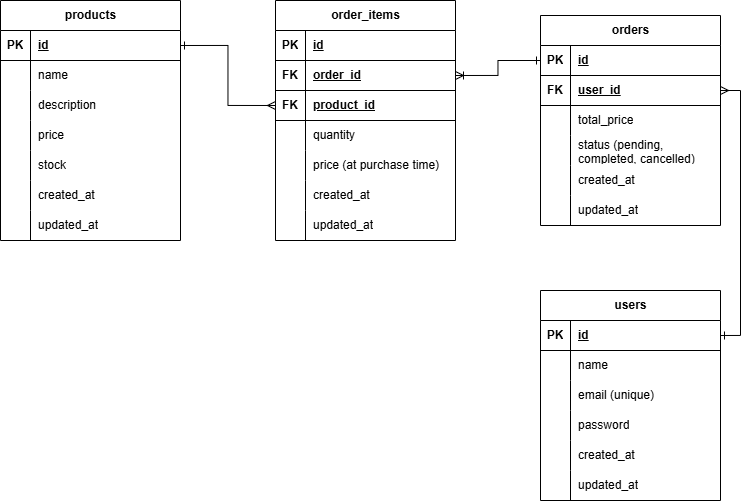
Before: db.drawio.png, a diagram exported from draw.io (eddy862/boostorder-ecommerce). Source tidied: cells renumbered, new cells last; positions are measured from the earlier drawing's top-left corner, leaving out a move shared by most shapes.
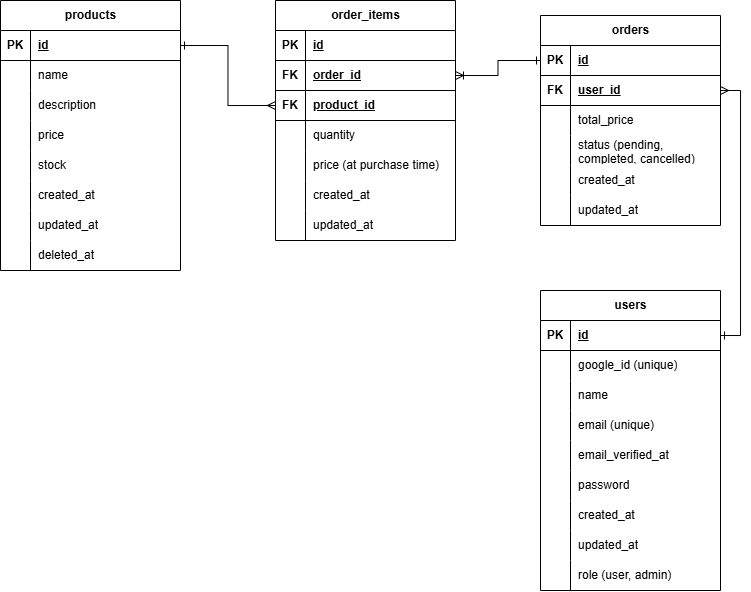
After the commit.

Diff of the diagram source:
```diff
@@ -3,7 +3,7 @@
     <mxCell id="0" />
     <mxCell id="1" parent="0" />
     <mxCell id="2" value="products" style="shape=table;startSize=30;rowLines=0;fontStyle=1;align=center;html=1;" parent="1" vertex="1">
-      <mxGeometry width="180" height="240" as="geometry" />
+      <mxGeometry width="180" height="270" as="geometry" />
     </mxCell>
     <mxCell id="3" style="shape=tableRow;horizontal=0;startSize=0;swimlaneHead=0;swimlaneBody=0;fillColor=none;points=[[0,0.5],[1,0.5]];portConstraint=eastwest;top=0;left=0;right=0;bottom=1;" parent="2" vertex="1">
       <mxGeometry y="30" width="180" height="30" as="geometry" />
@@ -59,13 +59,22 @@
     <mxCell id="20" value="created_at" style="shape=partialRectangle;fillColor=none;top=0;left=0;bottom=0;right=0;align=left;spacingLeft=6;overflow=hidden;whiteSpace=wrap;html=1;" parent="18" vertex="1">
       <mxGeometry x="30" width="150" height="30" as="geometry" />
     </mxCell>
+    <mxCell id="87" style="shape=tableRow;horizontal=0;startSize=0;swimlaneHead=0;swimlaneBody=0;fillColor=none;top=0;left=0;right=0;bottom=0;" parent="2" vertex="1">
+      <mxGeometry y="210" width="180" height="30" as="geometry" />
+    </mxCell>
+    <mxCell id="88" style="shape=partialRectangle;fillColor=none;top=0;left=0;bottom=0;right=0;overflow=hidden;whiteSpace=wrap;html=1;" parent="87" vertex="1">
+      <mxGeometry width="30" height="30" as="geometry" />
+    </mxCell>
+    <mxCell id="89" value="updated_at" style="shape=partialRectangle;fillColor=none;top=0;left=0;bottom=0;right=0;align=left;spacingLeft=6;overflow=hidden;whiteSpace=wrap;html=1;" parent="87" vertex="1">
+      <mxGeometry x="30" width="150" height="30" as="geometry" />
+    </mxCell>
     <mxCell id="21" style="shape=tableRow;horizontal=0;startSize=0;swimlaneHead=0;swimlaneBody=0;fillColor=none;top=0;left=0;right=0;bottom=0;" parent="2" vertex="1">
-      <mxGeometry y="210" width="180" height="30" as="geometry" />
+      <mxGeometry y="240" width="180" height="30" as="geometry" />
     </mxCell>
     <mxCell id="22" style="shape=partialRectangle;fillColor=none;top=0;left=0;bottom=0;right=0;overflow=hidden;whiteSpace=wrap;html=1;" parent="21" vertex="1">
       <mxGeometry width="30" height="30" as="geometry" />
     </mxCell>
-    <mxCell id="23" value="updated_at" style="shape=partialRectangle;fillColor=none;top=0;left=0;bottom=0;right=0;align=left;spacingLeft=6;overflow=hidden;whiteSpace=wrap;html=1;" parent="21" vertex="1">
+    <mxCell id="23" value="deleted_at" style="shape=partialRectangle;fillColor=none;top=0;left=0;bottom=0;right=0;align=left;spacingLeft=6;overflow=hidden;whiteSpace=wrap;html=1;" parent="21" vertex="1">
       <mxGeometry x="30" width="150" height="30" as="geometry" />
     </mxCell>
     <mxCell id="24" value="orders" style="shape=table;startSize=30;rowLines=0;fontStyle=1;align=center;html=1;" parent="1" vertex="1">
@@ -198,7 +207,7 @@
       <mxGeometry relative="1" as="geometry" />
     </mxCell>
     <mxCell id="67" value="users" style="shape=table;startSize=30;rowLines=0;fontStyle=1;align=center;html=1;" parent="1" vertex="1">
-      <mxGeometry x="540" y="290" width="180" height="210" as="geometry" />
+      <mxGeometry x="540" y="290" width="180" height="300" as="geometry" />
     </mxCell>
     <mxCell id="68" style="shape=tableRow;horizontal=0;startSize=0;swimlaneHead=0;swimlaneBody=0;fillColor=none;points=[[0,0.5],[1,0.5]];portConstraint=eastwest;top=0;left=0;right=0;bottom=1;" parent="67" vertex="1">
       <mxGeometry y="30" width="180" height="30" as="geometry" />
@@ -215,11 +224,20 @@
     <mxCell id="72" style="shape=partialRectangle;fillColor=none;top=0;left=0;bottom=0;right=0;overflow=hidden;whiteSpace=wrap;html=1;" parent="71" vertex="1">
       <mxGeometry width="30" height="30" as="geometry" />
     </mxCell>
-    <mxCell id="73" value="name" style="shape=partialRectangle;fillColor=none;top=0;left=0;bottom=0;right=0;align=left;spacingLeft=6;overflow=hidden;whiteSpace=wrap;html=1;" parent="71" vertex="1">
+    <mxCell id="73" value="google_id (unique)" style="shape=partialRectangle;fillColor=none;top=0;left=0;bottom=0;right=0;align=left;spacingLeft=6;overflow=hidden;whiteSpace=wrap;html=1;" parent="71" vertex="1">
       <mxGeometry x="30" width="150" height="30" as="geometry" />
     </mxCell>
+    <mxCell id="90" style="shape=tableRow;horizontal=0;startSize=0;swimlaneHead=0;swimlaneBody=0;fillColor=none;top=0;left=0;right=0;bottom=0;" parent="67" vertex="1">
+      <mxGeometry y="90" width="180" height="30" as="geometry" />
+    </mxCell>
+    <mxCell id="91" style="shape=partialRectangle;fillColor=none;top=0;left=0;bottom=0;right=0;overflow=hidden;whiteSpace=wrap;html=1;" parent="90" vertex="1">
+      <mxGeometry width="30" height="30" as="geometry" />
+    </mxCell>
+    <mxCell id="92" value="name" style="shape=partialRectangle;fillColor=none;top=0;left=0;bottom=0;right=0;align=left;spacingLeft=6;overflow=hidden;whiteSpace=wrap;html=1;" parent="90" vertex="1">
+      <mxGeometry x="30" width="150" height="30" as="geometry" />
+    </mxCell>
     <mxCell id="74" style="shape=tableRow;horizontal=0;startSize=0;swimlaneHead=0;swimlaneBody=0;fillColor=none;top=0;left=0;right=0;bottom=0;" parent="67" vertex="1">
-      <mxGeometry y="90" width="180" height="30" as="geometry" />
+      <mxGeometry y="120" width="180" height="30" as="geometry" />
     </mxCell>
     <mxCell id="75" style="shape=partialRectangle;fillColor=none;top=0;left=0;bottom=0;right=0;overflow=hidden;whiteSpace=wrap;html=1;" parent="74" vertex="1">
       <mxGeometry width="30" height="30" as="geometry" />
@@ -227,8 +245,17 @@
     <mxCell id="76" value="email (unique)" style="shape=partialRectangle;fillColor=none;top=0;left=0;bottom=0;right=0;align=left;spacingLeft=6;overflow=hidden;whiteSpace=wrap;html=1;" parent="74" vertex="1">
       <mxGeometry x="30" width="150" height="30" as="geometry" />
     </mxCell>
+    <mxCell id="93" style="shape=tableRow;horizontal=0;startSize=0;swimlaneHead=0;swimlaneBody=0;fillColor=none;top=0;left=0;right=0;bottom=0;" parent="67" vertex="1">
+      <mxGeometry y="150" width="180" height="30" as="geometry" />
+    </mxCell>
+    <mxCell id="94" style="shape=partialRectangle;fillColor=none;top=0;left=0;bottom=0;right=0;overflow=hidden;whiteSpace=wrap;html=1;" parent="93" vertex="1">
+      <mxGeometry width="30" height="30" as="geometry" />
+    </mxCell>
+    <mxCell id="95" value="email_verified_at" style="shape=partialRectangle;fillColor=none;top=0;left=0;bottom=0;right=0;align=left;spacingLeft=6;overflow=hidden;whiteSpace=wrap;html=1;" parent="93" vertex="1">
+      <mxGeometry x="30" width="150" height="30" as="geometry" />
+    </mxCell>
     <mxCell id="77" style="shape=tableRow;horizontal=0;startSize=0;swimlaneHead=0;swimlaneBody=0;fillColor=none;top=0;left=0;right=0;bottom=0;" parent="67" vertex="1">
-      <mxGeometry y="120" width="180" height="30" as="geometry" />
+      <mxGeometry y="180" width="180" height="30" as="geometry" />
     </mxCell>
     <mxCell id="78" style="shape=partialRectangle;fillColor=none;top=0;left=0;bottom=0;right=0;overflow=hidden;whiteSpace=wrap;html=1;" parent="77" vertex="1">
       <mxGeometry width="30" height="30" as="geometry" />
@@ -237,7 +264,7 @@
       <mxGeometry x="30" width="150" height="30" as="geometry" />
     </mxCell>
     <mxCell id="80" style="shape=tableRow;horizontal=0;startSize=0;swimlaneHead=0;swimlaneBody=0;fillColor=none;top=0;left=0;right=0;bottom=0;" parent="67" vertex="1">
-      <mxGeometry y="150" width="180" height="30" as="geometry" />
+      <mxGeometry y="210" width="180" height="30" as="geometry" />
     </mxCell>
     <mxCell id="81" style="shape=partialRectangle;fillColor=none;top=0;left=0;bottom=0;right=0;overflow=hidden;whiteSpace=wrap;html=1;" parent="80" vertex="1">
       <mxGeometry width="30" height="30" as="geometry" />
@@ -246,7 +273,7 @@
       <mxGeometry x="30" width="150" height="30" as="geometry" />
     </mxCell>
     <mxCell id="83" style="shape=tableRow;horizontal=0;startSize=0;swimlaneHead=0;swimlaneBody=0;fillColor=none;top=0;left=0;right=0;bottom=0;" parent="67" vertex="1">
-      <mxGeometry y="180" width="180" height="30" as="geometry" />
+      <mxGeometry y="240" width="180" height="30" as="geometry" />
     </mxCell>
     <mxCell id="84" style="shape=partialRectangle;fillColor=none;top=0;left=0;bottom=0;right=0;overflow=hidden;whiteSpace=wrap;html=1;" parent="83" vertex="1">
       <mxGeometry width="30" height="30" as="geometry" />
@@ -254,6 +281,15 @@
     <mxCell id="85" value="updated_at" style="shape=partialRectangle;fillColor=none;top=0;left=0;bottom=0;right=0;align=left;spacingLeft=6;overflow=hidden;whiteSpace=wrap;html=1;" parent="83" vertex="1">
       <mxGeometry x="30" width="150" height="30" as="geometry" />
     </mxCell>
+    <mxCell id="96" style="shape=tableRow;horizontal=0;startSize=0;swimlaneHead=0;swimlaneBody=0;fillColor=none;top=0;left=0;right=0;bottom=0;" parent="67" vertex="1">
+      <mxGeometry y="270" width="180" height="30" as="geometry" />
+    </mxCell>
+    <mxCell id="97" style="shape=partialRectangle;fillColor=none;top=0;left=0;bottom=0;right=0;overflow=hidden;whiteSpace=wrap;html=1;" parent="96" vertex="1">
+      <mxGeometry width="30" height="30" as="geometry" />
+    </mxCell>
+    <mxCell id="98" value="role (user, admin)" style="shape=partialRectangle;fillColor=none;top=0;left=0;bottom=0;right=0;align=left;spacingLeft=6;overflow=hidden;whiteSpace=wrap;html=1;" parent="96" vertex="1">
+      <mxGeometry x="30" width="150" height="30" as="geometry" />
+    </mxCell>
     <mxCell id="86" style="edgeStyle=orthogonalEdgeStyle;rounded=0;jettySize=auto;html=1;exitX=1;exitY=0.5;exitDx=0;exitDy=0;entryX=1;entryY=0.5;entryDx=0;entryDy=0;endArrow=ERone;endFill=0;startArrow=ERmany;startFill=0;" parent="1" edge="1" source="28" target="68">
       <mxGeometry relative="1" as="geometry" />
     </mxCell>
```
